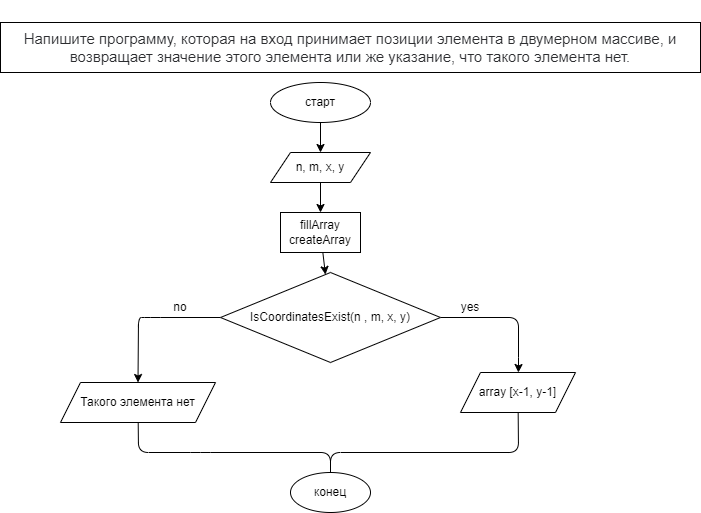
This is DZ7/zadacha50/diagram.drawio.png from ElenaFomenkova/DZ, a draw.io export, as it was before one commit. Source tidied: cells renumbered, new cells last; positions are measured from the earlier drawing's top-left corner, leaving out a move shared by most shapes.
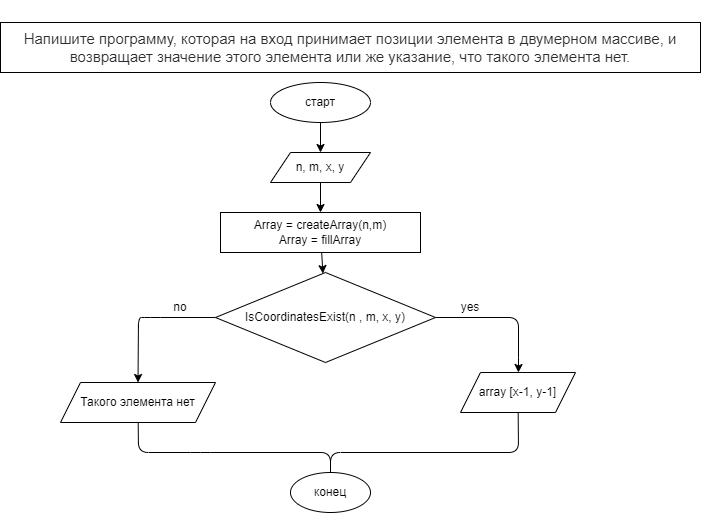
The same diagram one commit later.

Change to the diagram source:
```diff
@@ -20,8 +20,8 @@
     <mxCell id="7" style="edgeStyle=none;html=1;" parent="1" edge="1" source="8" target="11">
       <mxGeometry relative="1" as="geometry" />
     </mxCell>
-    <mxCell id="8" value="fillArray&lt;br&gt;createArray" style="rounded=0;whiteSpace=wrap;html=1;" parent="1" vertex="1">
-      <mxGeometry x="280" y="190" width="80" height="40" as="geometry" />
+    <mxCell id="8" value="Array = createArray(n,m)&lt;br&gt;Array = fillArray" style="rounded=0;whiteSpace=wrap;html=1;" parent="1" vertex="1">
+      <mxGeometry x="220" y="190" width="200" height="40" as="geometry" />
     </mxCell>
     <mxCell id="9" style="edgeStyle=none;html=1;" parent="1" edge="1" source="11" target="13">
       <mxGeometry relative="1" as="geometry">
@@ -40,7 +40,7 @@
       </mxGeometry>
     </mxCell>
     <mxCell id="11" value="IsCoordinatesExist(n , m, x, y)" style="rhombus;whiteSpace=wrap;html=1;" parent="1" vertex="1">
-      <mxGeometry x="220" y="250" width="220" height="90" as="geometry" />
+      <mxGeometry x="215" y="250" width="220" height="90" as="geometry" />
     </mxCell>
     <mxCell id="12" style="edgeStyle=none;html=1;entryX=0.5;entryY=0;entryDx=0;entryDy=0;" parent="1" edge="1" source="13" target="18">
       <mxGeometry relative="1" as="geometry">
```
